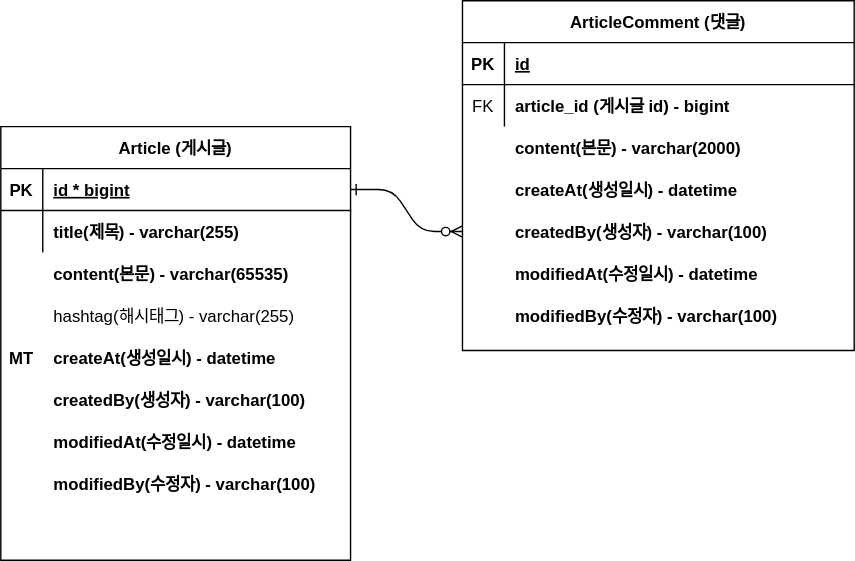
Earlier version of the draw.io export document/project-diamode.svg (decemberiscoming/onboard). Source tidied: cells renumbered, new cells last; positions are measured from the earlier drawing's top-left corner, leaving out a move shared by most shapes.
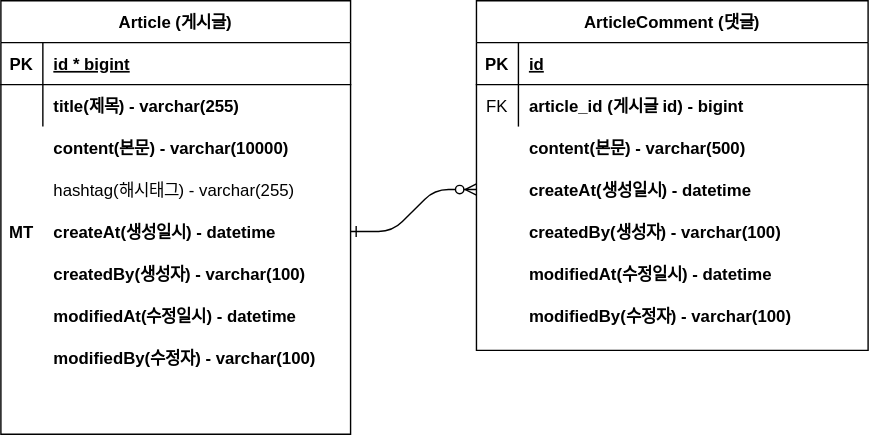
The same file after the commit.

Commit message:
#10 - erd update: content 사이즈 변경

Change to the diagram source:
```diff
@@ -2,9 +2,11 @@
   <root>
     <mxCell id="0" />
     <mxCell id="1" parent="0" />
-    <mxCell id="2" style="edgeStyle=entityRelationEdgeStyle;endArrow=ERzeroToMany;startArrow=ERone;endFill=1;startFill=0;" parent="1" edge="1" source="4">
+    <mxCell id="2" style="edgeStyle=entityRelationEdgeStyle;endArrow=ERzeroToMany;startArrow=ERone;endFill=1;startFill=0;exitX=1;exitY=0.5;exitDx=0;exitDy=0;entryX=0;entryY=0.5;entryDx=0;entryDy=0;" parent="1" edge="1" source="16" target="39">
       <mxGeometry relative="1" as="geometry">
-        <mxPoint x="330" y="165" as="targetPoint" />
+        <Array as="points">
+          <mxPoint x="280" y="230" />
+        </Array>
       </mxGeometry>
     </mxCell>
     <mxCell id="3" value="Article (게시글)" style="shape=table;startSize=30;rowLines=0;fontStyle=1;align=center;" parent="1" vertex="1">
@@ -34,7 +36,7 @@
     <mxCell id="11" style="shape=partialRectangle;overflow=hidden;fillColor=none;top=0;left=0;bottom=0;right=0;" parent="10" vertex="1">
       <mxGeometry width="30" height="30" as="geometry" />
     </mxCell>
-    <mxCell id="12" value="content(본문) - varchar(65535)" style="shape=partialRectangle;overflow=hidden;fillColor=none;top=0;left=0;bottom=0;right=0;align=left;spacingLeft=6;fontStyle=1;" parent="10" vertex="1">
+    <mxCell id="12" value="content(본문) - varchar(10000)" style="shape=partialRectangle;overflow=hidden;fillColor=none;top=0;left=0;bottom=0;right=0;align=left;spacingLeft=6;fontStyle=1;" parent="10" vertex="1">
       <mxGeometry x="30" width="220" height="30" as="geometry" />
     </mxCell>
     <mxCell id="13" style="shape=partialRectangle;fillColor=none;top=0;left=0;right=0;bottom=0;" parent="1" vertex="1">
@@ -86,7 +88,7 @@
       <mxGeometry y="240" width="30" height="30" as="geometry" />
     </mxCell>
     <mxCell id="29" value="ArticleComment (댓글)" style="shape=table;startSize=30;rowLines=0;fontStyle=1;align=center;" parent="1" vertex="1">
-      <mxGeometry x="330" width="280" height="250" as="geometry" />
+      <mxGeometry x="340" y="90" width="280" height="250" as="geometry" />
     </mxCell>
     <mxCell id="30" style="shape=partialRectangle;fillColor=none;top=0;left=0;right=0;bottom=1;" parent="29" vertex="1">
       <mxGeometry y="30" width="280" height="30" as="geometry" />
@@ -107,16 +109,16 @@
       <mxGeometry x="30" width="250" height="30" as="geometry" />
     </mxCell>
     <mxCell id="36" style="shape=partialRectangle;fillColor=none;top=0;left=0;right=0;bottom=0;" parent="1" vertex="1">
-      <mxGeometry x="330" y="90" width="250" height="30" as="geometry" />
+      <mxGeometry x="340" y="180" width="250" height="30" as="geometry" />
     </mxCell>
     <mxCell id="37" style="shape=partialRectangle;overflow=hidden;fillColor=none;top=0;left=0;bottom=0;right=0;" parent="36" vertex="1">
       <mxGeometry width="30" height="30" as="geometry" />
     </mxCell>
-    <mxCell id="38" value="content(본문) - varchar(2000)" style="shape=partialRectangle;overflow=hidden;fillColor=none;top=0;left=0;bottom=0;right=0;align=left;spacingLeft=6;fontStyle=1;" parent="36" vertex="1">
+    <mxCell id="38" value="content(본문) - varchar(500)" style="shape=partialRectangle;overflow=hidden;fillColor=none;top=0;left=0;bottom=0;right=0;align=left;spacingLeft=6;fontStyle=1;" parent="36" vertex="1">
       <mxGeometry x="30" width="220" height="30" as="geometry" />
     </mxCell>
     <mxCell id="39" style="shape=partialRectangle;fillColor=none;points=[[0,0.5],[1,0.5]];portConstraint=eastwest;top=0;left=0;right=0;bottom=0;fontStyle=1;" parent="1" vertex="1">
-      <mxGeometry x="330" y="120" width="250" height="30" as="geometry" />
+      <mxGeometry x="340" y="210" width="250" height="30" as="geometry" />
     </mxCell>
     <mxCell id="40" style="shape=partialRectangle;overflow=hidden;fillColor=none;top=0;left=0;bottom=0;right=0;" parent="39" vertex="1">
       <mxGeometry width="30" height="30" as="geometry" />
@@ -125,7 +127,7 @@
       <mxGeometry x="30" width="220" height="30" as="geometry" />
     </mxCell>
     <mxCell id="42" style="shape=partialRectangle;fillColor=none;top=0;left=0;right=0;bottom=0;fontStyle=1;" parent="1" vertex="1">
-      <mxGeometry x="330" y="150" width="250" height="30" as="geometry" />
+      <mxGeometry x="340" y="240" width="250" height="30" as="geometry" />
     </mxCell>
     <mxCell id="43" style="shape=partialRectangle;overflow=hidden;fillColor=none;top=0;left=0;bottom=0;right=0;" parent="42" vertex="1">
       <mxGeometry width="30" height="30" as="geometry" />
@@ -134,7 +136,7 @@
       <mxGeometry x="30" width="220" height="30" as="geometry" />
     </mxCell>
     <mxCell id="45" style="shape=partialRectangle;fillColor=none;top=0;left=0;right=0;bottom=0;fontStyle=1;" parent="1" vertex="1">
-      <mxGeometry x="330" y="180" width="250" height="30" as="geometry" />
+      <mxGeometry x="340" y="270" width="250" height="30" as="geometry" />
     </mxCell>
     <mxCell id="46" style="shape=partialRectangle;overflow=hidden;fillColor=none;top=0;left=0;bottom=0;right=0;" parent="45" vertex="1">
       <mxGeometry width="30" height="30" as="geometry" />
@@ -143,7 +145,7 @@
       <mxGeometry x="30" width="220" height="30" as="geometry" />
     </mxCell>
     <mxCell id="48" style="shape=partialRectangle;fillColor=none;top=0;left=0;right=0;bottom=0;fontStyle=1;" parent="1" vertex="1">
-      <mxGeometry x="330" y="210" width="250" height="30" as="geometry" />
+      <mxGeometry x="340" y="300" width="250" height="30" as="geometry" />
     </mxCell>
     <mxCell id="49" style="shape=partialRectangle;overflow=hidden;fillColor=none;top=0;left=0;bottom=0;right=0;" parent="48" vertex="1">
       <mxGeometry width="30" height="30" as="geometry" />
```
